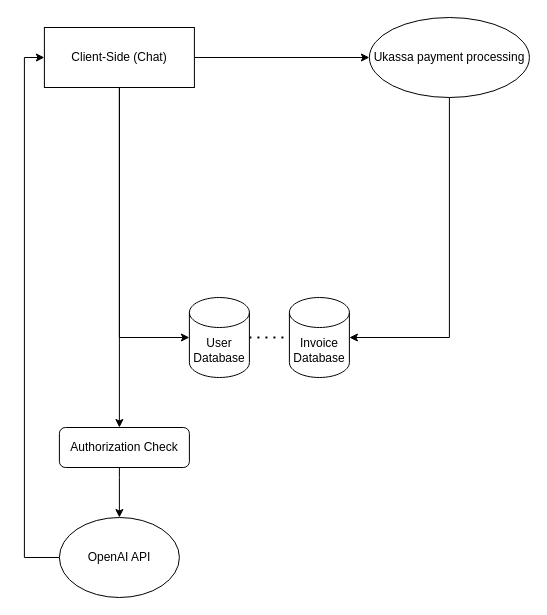
Before: Untitled Diagram.drawio in vadimpavliukevich/GPT, a draw.io diagram. Source tidied: cells renumbered, new cells numbered last; positions are measured from the earlier drawing's top-left corner, leaving out a move shared by most shapes. Both pictures are drawn from the tidied source at 100%, with x=0, y=0 at pixel (44, 17).
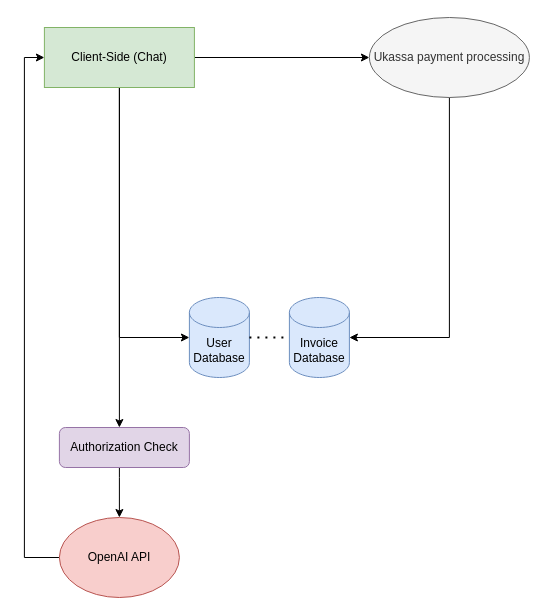
After the change.

Change to the diagram source:
```diff
@@
-    <mxCell id="5" value="Client-Side (Chat)" style="rounded=0;whiteSpace=wrap;html=1;" parent="1" vertex="1">
+    <mxCell id="5" value="Client-Side (Chat)" style="rounded=0;whiteSpace=wrap;html=1;fillColor=#d5e8d4;strokeColor=#82b366;" parent="1" vertex="1">
       <mxGeometry x="-0.1" y="10" width="150" height="60" as="geometry" />
     </mxCell>
-    <mxCell id="6" value="Invoice Database" style="shape=cylinder3;whiteSpace=wrap;html=1;boundedLbl=1;backgroundOutline=1;size=15;" parent="1" vertex="1">
+    <mxCell id="6" value="Invoice Database" style="shape=cylinder3;whiteSpace=wrap;html=1;boundedLbl=1;backgroundOutline=1;size=15;fillColor=#dae8fc;strokeColor=#6c8ebf;" parent="1" vertex="1">
       <mxGeometry x="244.9" y="280" width="60" height="80" as="geometry" />
     </mxCell>
@@
-    <mxCell id="8" value="Ukassa payment processing" style="ellipse;whiteSpace=wrap;html=1;" parent="1" vertex="1">
+    <mxCell id="8" value="Ukassa payment processing" style="ellipse;whiteSpace=wrap;html=1;fillColor=#f5f5f5;fontColor=#333333;strokeColor=#666666;" parent="1" vertex="1">
       <mxGeometry x="324.9" width="160" height="80" as="geometry" />
     </mxCell>
-    <mxCell id="9" value="User Database" style="shape=cylinder3;whiteSpace=wrap;html=1;boundedLbl=1;backgroundOutline=1;size=15;" parent="1" vertex="1">
+    <mxCell id="9" value="User Database" style="shape=cylinder3;whiteSpace=wrap;html=1;boundedLbl=1;backgroundOutline=1;size=15;fillColor=#dae8fc;strokeColor=#6c8ebf;" parent="1" vertex="1">
       <mxGeometry x="144.9" y="280" width="60" height="80" as="geometry" />
     </mxCell>
@@
-    <mxCell id="12" value="OpenAI API" style="ellipse;whiteSpace=wrap;html=1;" parent="1" vertex="1">
+    <mxCell id="12" value="OpenAI API" style="ellipse;whiteSpace=wrap;html=1;fillColor=#f8cecc;strokeColor=#b85450;" parent="1" vertex="1">
       <mxGeometry x="14.9" y="500" width="120" height="80" as="geometry" />
     </mxCell>
@@
-    <mxCell id="14" value="Authorization Check" style="rounded=1;whiteSpace=wrap;html=1;" parent="1" vertex="1">
+    <mxCell id="14" value="Authorization Check" style="rounded=1;whiteSpace=wrap;html=1;fillColor=#e1d5e7;strokeColor=#9673a6;" parent="1" vertex="1">
       <mxGeometry x="14.9" y="410" width="130" height="40" as="geometry" />
     </mxCell>
```
